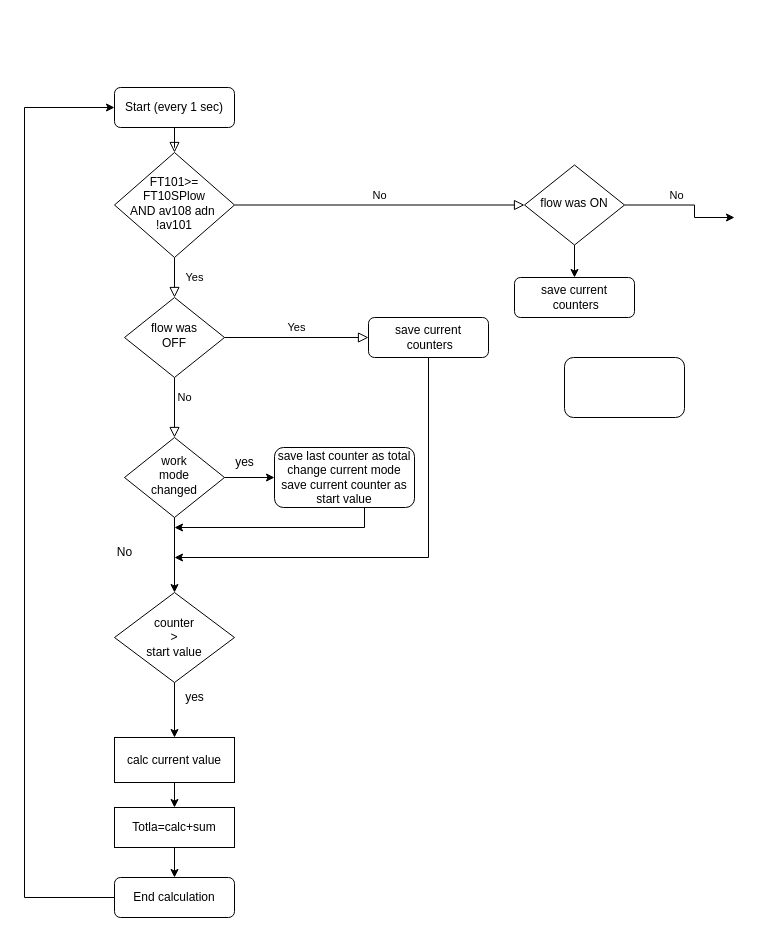
Before: flowCounting.drawio in niklinkov/SQL, a draw.io diagram. Source tidied: cells renumbered, new cells numbered last; positions are measured from the earlier drawing's top-left corner, leaving out a move shared by most shapes. Both pictures are drawn from the tidied source at 100%, with x=0, y=0 at pixel (24, 87).
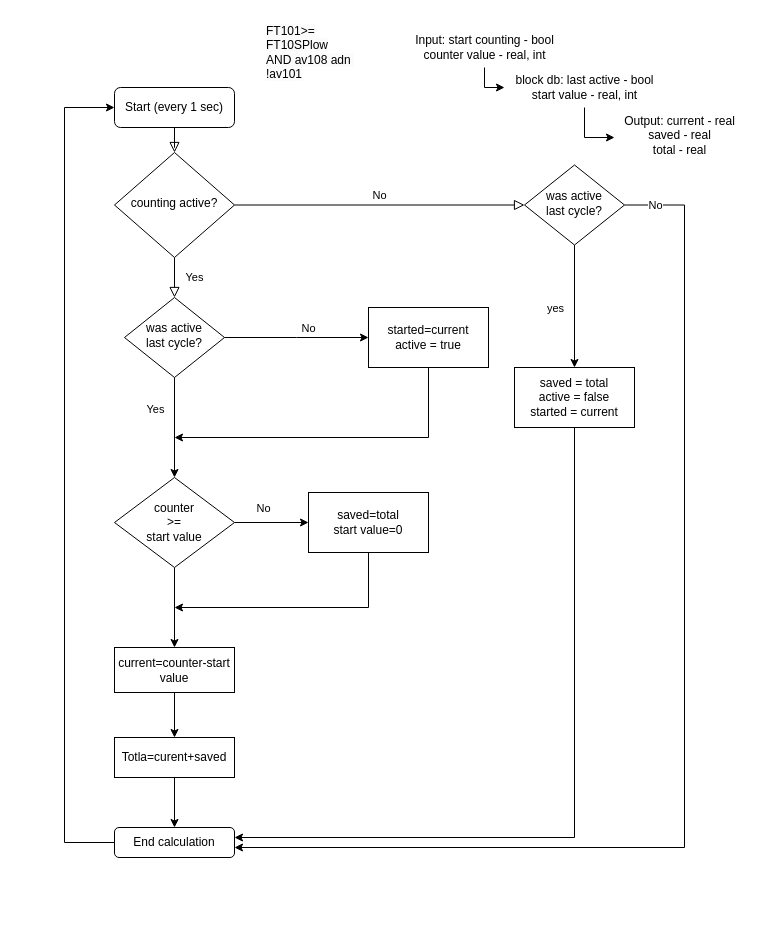
The same diagram, later.

The change refers to these unchanged cells:
```xml
<mxCell id="3" value="Start (every 1 sec)" style="rounded=1;whiteSpace=wrap;html=1;fontSize=12;glass=0;strokeWidth=1;shadow=0;" parent="1" vertex="1">
  <mxGeometry x="90" width="120" height="40" as="geometry" />
</mxCell>
```

What changed in the source:
```diff
@@
-    <mxCell id="6" value="FT101&amp;gt;=&lt;br&gt;FT10SPlow &lt;br&gt;AND&amp;nbsp;av108 adn&amp;nbsp;&lt;br&gt;!av101" style="rhombus;whiteSpace=wrap;html=1;shadow=0;fontFamily=Helvetica;fontSize=12;align=center;strokeWidth=1;spacing=6;spacingTop=-4;" parent="1" vertex="1">
+    <mxCell id="6" value="counting active?" style="rhombus;whiteSpace=wrap;html=1;shadow=0;fontFamily=Helvetica;fontSize=12;align=center;strokeWidth=1;spacing=6;spacingTop=-4;" parent="1" vertex="1">
       <mxGeometry x="90" y="65" width="120" height="105" as="geometry" />
     </mxCell>
-    <mxCell id="7" value="No" style="rounded=0;html=1;jettySize=auto;fontSize=11;endArrow=block;endFill=0;endSize=8;strokeWidth=1;shadow=0;labelBackgroundColor=none;edgeStyle=orthogonalEdgeStyle;entryX=0.5;entryY=0;entryDx=0;entryDy=0;" parent="1" edge="1" source="9" target="20">
-      <mxGeometry x="-0.33" y="10" relative="1" as="geometry" />
-    </mxCell>
-    <mxCell id="8" value="Yes" style="edgeStyle=orthogonalEdgeStyle;rounded=0;html=1;jettySize=auto;fontSize=11;endArrow=block;endFill=0;endSize=8;strokeWidth=1;shadow=0;labelBackgroundColor=none;" parent="1" edge="1" source="9" target="13">
-      <mxGeometry y="10" relative="1" as="geometry" />
-    </mxCell>
+    <mxCell id="34" style="edgeStyle=orthogonalEdgeStyle;rounded=0;jettySize=auto;html=1;entryX=0;entryY=0.5;entryDx=0;entryDy=0;" parent="1" edge="1" source="9">
+      <mxGeometry relative="1" as="geometry">
+        <mxPoint x="344" y="250" as="targetPoint" />
+      </mxGeometry>
+    </mxCell>
+    <mxCell id="35" value="No" style="edgeLabel;html=1;align=center;verticalAlign=middle;" parent="34" vertex="1">
+      <mxGeometry x="0.17" y="1" relative="1" as="geometry">
+        <mxPoint x="-1" y="-9" as="offset" />
+      </mxGeometry>
+    </mxCell>
-    <mxCell id="9" value="flow was&lt;br&gt;OFF" style="rhombus;whiteSpace=wrap;html=1;shadow=0;fontFamily=Helvetica;fontSize=12;align=center;strokeWidth=1;spacing=6;spacingTop=-4;" parent="1" vertex="1">
+    <mxCell id="9" value="was active&lt;br&gt;last cycle?" style="rhombus;whiteSpace=wrap;html=1;shadow=0;fontFamily=Helvetica;fontSize=12;align=center;strokeWidth=1;spacing=6;spacingTop=-4;" parent="1" vertex="1">
       <mxGeometry x="100" y="210" width="100" height="80" as="geometry" />
     </mxCell>
-    <mxCell id="10" style="edgeStyle=orthogonalEdgeStyle;rounded=0;jettySize=auto;html=1;entryX=0;entryY=0.5;entryDx=0;entryDy=0;" parent="1" edge="1" source="11" target="3">
+    <mxCell id="10" style="edgeStyle=orthogonalEdgeStyle;rounded=0;jettySize=auto;html=1;entryX=0;entryY=0.5;entryDx=0;entryDy=0;exitX=0;exitY=0.5;exitDx=0;exitDy=0;" parent="1" edge="1" source="11" target="3">
       <mxGeometry relative="1" as="geometry">
         <Array as="points">
-          <mxPoint y="810" />
-          <mxPoint y="20" />
+          <mxPoint x="40" y="755" />
+          <mxPoint x="40" y="20" />
         </Array>
       </mxGeometry>
     </mxCell>
     <mxCell id="11" value="End calculation" style="rounded=1;whiteSpace=wrap;html=1;fontSize=12;glass=0;strokeWidth=1;shadow=0;" parent="1" vertex="1">
-      <mxGeometry x="90" y="790" width="120" height="40" as="geometry" />
+      <mxGeometry x="90" y="740" width="120" height="30" as="geometry" />
     </mxCell>
-    <mxCell id="12" style="edgeStyle=orthogonalEdgeStyle;rounded=0;jettySize=auto;html=1;exitX=0.5;exitY=1;exitDx=0;exitDy=0;" parent="1" edge="1" source="13">
+    <mxCell id="12" style="edgeStyle=orthogonalEdgeStyle;rounded=0;jettySize=auto;html=1;exitX=0.5;exitY=1;exitDx=0;exitDy=0;exitPerimeter=0;" parent="1" edge="1" source="45">
       <mxGeometry relative="1" as="geometry">
-        <mxPoint x="150" y="470" as="targetPoint" />
+        <mxPoint x="150" y="350" as="targetPoint" />
         <Array as="points">
-          <mxPoint x="404" y="470" />
+          <mxPoint x="404" y="350" />
         </Array>
       </mxGeometry>
     </mxCell>
-    <mxCell id="13" value="save current&lt;br&gt;&amp;nbsp;counters" style="rounded=1;whiteSpace=wrap;html=1;fontSize=12;glass=0;strokeWidth=1;shadow=0;" parent="1" vertex="1">
-      <mxGeometry x="344" y="230" width="120" height="40" as="geometry" />
-    </mxCell>
     <mxCell id="14" style="edgeStyle=orthogonalEdgeStyle;rounded=0;jettySize=auto;html=1;" parent="1" edge="1" source="17">
       <mxGeometry relative="1" as="geometry">
-        <mxPoint x="710" y="130" as="targetPoint" />
+        <mxPoint x="210" y="760" as="targetPoint" />
         <Array as="points">
-          <mxPoint x="670" y="118" />
+          <mxPoint x="660" y="118" />
+          <mxPoint x="660" y="760" />
+          <mxPoint x="210" y="760" />
         </Array>
       </mxGeometry>
     </mxCell>
     <mxCell id="15" value="No" style="edgeLabel;html=1;align=center;verticalAlign=middle;" parent="14" vertex="1">
       <mxGeometry x="-0.17" y="2" relative="1" as="geometry">
-        <mxPoint y="-8" as="offset" />
+        <mxPoint x="-32" y="-418" as="offset" />
       </mxGeometry>
     </mxCell>
-    <mxCell id="16" style="edgeStyle=orthogonalEdgeStyle;rounded=0;jettySize=auto;html=1;entryX=0.5;entryY=0;entryDx=0;entryDy=0;" parent="1" edge="1" source="17" target="33">
-      <mxGeometry relative="1" as="geometry" />
-    </mxCell>
+    <mxCell id="36" style="edgeStyle=orthogonalEdgeStyle;rounded=0;jettySize=auto;html=1;entryX=0.5;entryY=0;entryDx=0;entryDy=0;" parent="1" edge="1" source="17" target="44">
+      <mxGeometry relative="1" as="geometry" />
+    </mxCell>
+    <mxCell id="37" value="yes" style="edgeLabel;html=1;align=center;verticalAlign=middle;" parent="36" vertex="1">
+      <mxGeometry x="0.21" y="1" relative="1" as="geometry">
+        <mxPoint x="-21" y="-11" as="offset" />
+      </mxGeometry>
+    </mxCell>
-    <mxCell id="17" value="flow was ON" style="rhombus;whiteSpace=wrap;html=1;shadow=0;fontFamily=Helvetica;fontSize=12;align=center;strokeWidth=1;spacing=6;spacingTop=-4;" parent="1" vertex="1">
+    <mxCell id="17" value="was active&lt;br&gt;last cycle?" style="rhombus;whiteSpace=wrap;html=1;shadow=0;fontFamily=Helvetica;fontSize=12;align=center;strokeWidth=1;spacing=6;spacingTop=-4;" parent="1" vertex="1">
       <mxGeometry x="500" y="77.5" width="100" height="80" as="geometry" />
     </mxCell>
-    <mxCell id="18" style="edgeStyle=orthogonalEdgeStyle;rounded=0;jettySize=auto;html=1;exitX=1;exitY=0.5;exitDx=0;exitDy=0;" parent="1" edge="1" source="20" target="23">
-      <mxGeometry relative="1" as="geometry" />
-    </mxCell>
-    <mxCell id="19" style="edgeStyle=orthogonalEdgeStyle;rounded=0;jettySize=auto;html=1;exitX=0.5;exitY=1;exitDx=0;exitDy=0;entryX=0.5;entryY=0;entryDx=0;entryDy=0;" parent="1" edge="1" source="20" target="29">
+    <mxCell id="19" style="edgeStyle=orthogonalEdgeStyle;rounded=0;jettySize=auto;html=1;exitX=0.5;exitY=1;exitDx=0;exitDy=0;entryX=0.5;entryY=0;entryDx=0;entryDy=0;" parent="1" edge="1" source="9" target="29">
       <mxGeometry relative="1" as="geometry" />
     </mxCell>
-    <mxCell id="20" value="work&lt;br&gt;mode&lt;br&gt;changed" style="rhombus;whiteSpace=wrap;html=1;shadow=0;fontFamily=Helvetica;fontSize=12;align=center;strokeWidth=1;spacing=6;spacingTop=-4;" parent="1" vertex="1">
-      <mxGeometry x="100" y="350" width="100" height="80" as="geometry" />
-    </mxCell>
-    <mxCell id="21" style="rounded=1;whiteSpace=wrap;html=1;" parent="1" vertex="1">
-      <mxGeometry x="540" y="270" width="120" height="60" as="geometry" />
-    </mxCell>
-    <mxCell id="22" style="edgeStyle=orthogonalEdgeStyle;rounded=0;jettySize=auto;html=1;" parent="1" edge="1" source="23">
-      <mxGeometry relative="1" as="geometry">
-        <mxPoint x="150" y="440" as="targetPoint" />
-        <Array as="points">
-          <mxPoint x="340" y="440" />
-        </Array>
-      </mxGeometry>
-    </mxCell>
-    <mxCell id="23" value="save last counter as total&lt;br&gt;change current mode&lt;br&gt;save current counter as start value" style="rounded=1;whiteSpace=wrap;html=1;" parent="1" vertex="1">
-      <mxGeometry x="250" y="360" width="140" height="60" as="geometry" />
-    </mxCell>
-    <mxCell id="24" value="yes" style="text;html=1;align=center;verticalAlign=middle;strokeColor=none;fillColor=none;" parent="1" vertex="1">
-      <mxGeometry x="200" y="360" width="40" height="30" as="geometry" />
-    </mxCell>
+    <mxCell id="8" value="Yes" style="edgeLabel;html=1;align=center;verticalAlign=middle;" parent="19" vertex="1">
+      <mxGeometry x="0.2" y="5" relative="1" as="geometry">
+        <mxPoint x="-25" y="-29" as="offset" />
+      </mxGeometry>
+    </mxCell>
@@
-    <mxCell id="26" value="calc current value" style="rounded=0;whiteSpace=wrap;html=1;" parent="1" vertex="1">
-      <mxGeometry x="90" y="650" width="120" height="45" as="geometry" />
+    <mxCell id="26" value="current=counter-start value" style="rounded=0;whiteSpace=wrap;html=1;" parent="1" vertex="1">
+      <mxGeometry x="90" y="560" width="120" height="45" as="geometry" />
     </mxCell>
-    <mxCell id="27" value="No" style="text;html=1;align=center;verticalAlign=middle;strokeColor=none;fillColor=none;" parent="1" vertex="1">
-      <mxGeometry x="80" y="450" width="40" height="30" as="geometry" />
-    </mxCell>
@@
+    <mxCell id="38" style="edgeStyle=orthogonalEdgeStyle;rounded=0;jettySize=auto;html=1;entryX=0;entryY=0.5;entryDx=0;entryDy=0;" parent="1" edge="1" source="29" target="42">
+      <mxGeometry relative="1" as="geometry" />
+    </mxCell>
+    <mxCell id="39" value="No" style="edgeLabel;html=1;align=center;verticalAlign=middle;" parent="38" vertex="1">
+      <mxGeometry x="-0.25" y="1" relative="1" as="geometry">
+        <mxPoint y="-14" as="offset" />
+      </mxGeometry>
+    </mxCell>
-    <mxCell id="29" value="counter&lt;br&gt;&amp;gt;&lt;br&gt;start value" style="rhombus;whiteSpace=wrap;html=1;" parent="1" vertex="1">
-      <mxGeometry x="90" y="505" width="120" height="90" as="geometry" />
+    <mxCell id="29" value="counter&lt;br&gt;&amp;gt;=&lt;br&gt;start value" style="rhombus;whiteSpace=wrap;html=1;" parent="1" vertex="1">
+      <mxGeometry x="90" y="390" width="120" height="90" as="geometry" />
     </mxCell>
-    <mxCell id="30" value="yes" style="text;html=1;align=center;verticalAlign=middle;strokeColor=none;fillColor=none;" parent="1" vertex="1">
-      <mxGeometry x="150" y="595" width="40" height="30" as="geometry" />
-    </mxCell>
@@
-    <mxCell id="32" value="Totla=calc+sum" style="rounded=0;whiteSpace=wrap;html=1;" parent="1" vertex="1">
-      <mxGeometry x="90" y="720" width="120" height="40" as="geometry" />
+    <mxCell id="32" value="Totla=curent+saved" style="rounded=0;whiteSpace=wrap;html=1;" parent="1" vertex="1">
+      <mxGeometry x="90" y="650" width="120" height="40" as="geometry" />
     </mxCell>
-    <mxCell id="33" value="save current&lt;br&gt;&amp;nbsp;counters" style="rounded=1;whiteSpace=wrap;html=1;fontSize=12;glass=0;strokeWidth=1;shadow=0;" parent="1" vertex="1">
-      <mxGeometry x="490" y="190" width="120" height="40" as="geometry" />
-    </mxCell>
+    <mxCell id="40" style="edgeStyle=orthogonalEdgeStyle;rounded=0;jettySize=auto;html=1;startArrow=none;" parent="1" edge="1" source="44">
+      <mxGeometry relative="1" as="geometry">
+        <mxPoint x="210" y="750" as="targetPoint" />
+        <Array as="points">
+          <mxPoint x="550" y="750" />
+          <mxPoint x="210" y="750" />
+        </Array>
+      </mxGeometry>
+    </mxCell>
+    <mxCell id="41" style="edgeStyle=orthogonalEdgeStyle;rounded=0;jettySize=auto;html=1;exitX=0.5;exitY=1;exitDx=0;exitDy=0;" parent="1" edge="1" source="42">
+      <mxGeometry relative="1" as="geometry">
+        <mxPoint x="150" y="520" as="targetPoint" />
+        <Array as="points">
+          <mxPoint x="344" y="520" />
+          <mxPoint x="150" y="520" />
+        </Array>
+      </mxGeometry>
+    </mxCell>
+    <mxCell id="42" value="saved=total&lt;br&gt;start value=0" style="rounded=0;whiteSpace=wrap;html=1;" parent="1" vertex="1">
+      <mxGeometry x="284" y="405" width="120" height="60" as="geometry" />
+    </mxCell>
+    <mxCell id="43" value="&lt;span style=&quot;color: rgb(0, 0, 0); font-family: Helvetica; font-size: 12px; font-style: normal; font-variant-ligatures: normal; font-variant-caps: normal; font-weight: 400; letter-spacing: normal; orphans: 2; text-align: center; text-indent: 0px; text-transform: none; widows: 2; word-spacing: 0px; -webkit-text-stroke-width: 0px; background-color: rgb(251, 251, 251); text-decoration-thickness: initial; text-decoration-style: initial; text-decoration-color: initial; float: none; display: inline !important;&quot;&gt;FT101&amp;gt;=&lt;/span&gt;&lt;br style=&quot;border-color: var(--border-color); color: rgb(0, 0, 0); font-family: Helvetica; font-size: 12px; font-style: normal; font-variant-ligatures: normal; font-variant-caps: normal; font-weight: 400; letter-spacing: normal; orphans: 2; text-align: center; text-indent: 0px; text-transform: none; widows: 2; word-spacing: 0px; -webkit-text-stroke-width: 0px; background-color: rgb(251, 251, 251); text-decoration-thickness: initial; text-decoration-style: initial; text-decoration-color: initial;&quot;&gt;&lt;span style=&quot;color: rgb(0, 0, 0); font-family: Helvetica; font-size: 12px; font-style: normal; font-variant-ligatures: normal; font-variant-caps: normal; font-weight: 400; letter-spacing: normal; orphans: 2; text-align: center; text-indent: 0px; text-transform: none; widows: 2; word-spacing: 0px; -webkit-text-stroke-width: 0px; background-color: rgb(251, 251, 251); text-decoration-thickness: initial; text-decoration-style: initial; text-decoration-color: initial; float: none; display: inline !important;&quot;&gt;FT10SPlow&lt;/span&gt;&lt;br style=&quot;border-color: var(--border-color); color: rgb(0, 0, 0); font-family: Helvetica; font-size: 12px; font-style: normal; font-variant-ligatures: normal; font-variant-caps: normal; font-weight: 400; letter-spacing: normal; orphans: 2; text-align: center; text-indent: 0px; text-transform: none; widows: 2; word-spacing: 0px; -webkit-text-stroke-width: 0px; background-color: rgb(251, 251, 251); text-decoration-thickness: initial; text-decoration-style: initial; text-decoration-color: initial;&quot;&gt;&lt;span style=&quot;color: rgb(0, 0, 0); font-family: Helvetica; font-size: 12px; font-style: normal; font-variant-ligatures: normal; font-variant-caps: normal; font-weight: 400; letter-spacing: normal; orphans: 2; text-align: center; text-indent: 0px; text-transform: none; widows: 2; word-spacing: 0px; -webkit-text-stroke-width: 0px; background-color: rgb(251, 251, 251); text-decoration-thickness: initial; text-decoration-style: initial; text-decoration-color: initial; float: none; display: inline !important;&quot;&gt;AND&amp;nbsp;av108 adn&amp;nbsp;&lt;/span&gt;&lt;br style=&quot;border-color: var(--border-color); color: rgb(0, 0, 0); font-family: Helvetica; font-size: 12px; font-style: normal; font-variant-ligatures: normal; font-variant-caps: normal; font-weight: 400; letter-spacing: normal; orphans: 2; text-align: center; text-indent: 0px; text-transform: none; widows: 2; word-spacing: 0px; -webkit-text-stroke-width: 0px; background-color: rgb(251, 251, 251); text-decoration-thickness: initial; text-decoration-style: initial; text-decoration-color: initial;&quot;&gt;&lt;span style=&quot;color: rgb(0, 0, 0); font-family: Helvetica; font-size: 12px; font-style: normal; font-variant-ligatures: normal; font-variant-caps: normal; font-weight: 400; letter-spacing: normal; orphans: 2; text-align: center; text-indent: 0px; text-transform: none; widows: 2; word-spacing: 0px; -webkit-text-stroke-width: 0px; background-color: rgb(251, 251, 251); text-decoration-thickness: initial; text-decoration-style: initial; text-decoration-color: initial; float: none; display: inline !important;&quot;&gt;!av101&lt;/span&gt;" style="text;whiteSpace=wrap;html=1;" parent="1" vertex="1">
+      <mxGeometry x="240" y="-70" width="120" height="80" as="geometry" />
+    </mxCell>
+    <mxCell id="44" value="saved = total&lt;br&gt;active = false&lt;br&gt;started = current" style="rounded=0;whiteSpace=wrap;html=1;" parent="1" vertex="1">
+      <mxGeometry x="490" y="280" width="120" height="60" as="geometry" />
+    </mxCell>
+    <mxCell id="45" value="started=current&lt;br&gt;active = true" style="rounded=0;whiteSpace=wrap;html=1;" parent="1" vertex="1">
+      <mxGeometry x="344" y="220" width="120" height="60" as="geometry" />
+    </mxCell>
+    <mxCell id="46" style="edgeStyle=orthogonalEdgeStyle;rounded=0;jettySize=auto;html=1;entryX=0;entryY=0.5;entryDx=0;entryDy=0;entryPerimeter=0;" parent="1" edge="1" source="47" target="50">
+      <mxGeometry relative="1" as="geometry" />
+    </mxCell>
+    <mxCell id="47" value="Input: start counting - bool&lt;br&gt;counter value - real, int" style="text;html=1;align=center;verticalAlign=middle;points=[];strokeColor=none;fillColor=none;" parent="1" vertex="1">
+      <mxGeometry x="380" y="-60" width="160" height="40" as="geometry" />
+    </mxCell>
+    <mxCell id="48" value="Output: current - real&lt;br&gt;saved - real&lt;br&gt;total - real" style="text;html=1;align=center;verticalAlign=middle;points=[];strokeColor=none;fillColor=none;" parent="1" vertex="1">
+      <mxGeometry x="590" y="17.5" width="130" height="60" as="geometry" />
+    </mxCell>
+    <mxCell id="49" style="edgeStyle=orthogonalEdgeStyle;rounded=0;jettySize=auto;html=1;entryX=0;entryY=0.542;entryDx=0;entryDy=0;entryPerimeter=0;" parent="1" edge="1" source="50" target="48">
+      <mxGeometry relative="1" as="geometry" />
+    </mxCell>
+    <mxCell id="50" value="block db: last active - bool&lt;br&gt;start value - real, int" style="text;html=1;align=center;verticalAlign=middle;points=[];strokeColor=none;fillColor=none;" parent="1" vertex="1">
+      <mxGeometry x="480" y="-20" width="160" height="40" as="geometry" />
+    </mxCell>
```
